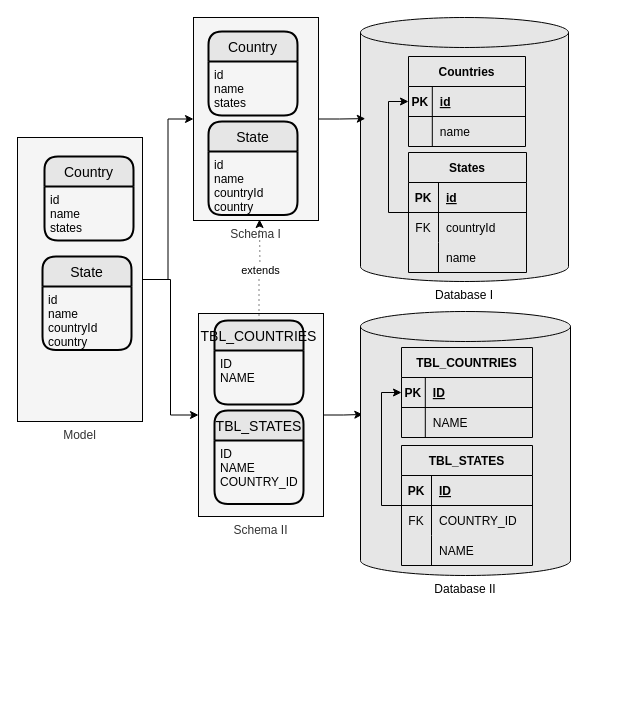
lambda-orm/lambdaorm keeps this draw.io diagram as design/schema3.drawio. Above is the earlier version. Source tidied: cells renumbered, new cells numbered last; positions are measured from the earlier drawing's top-left corner, leaving out a move shared by most shapes. Both pictures are drawn from the tidied source at 100%, with x=0, y=0 at pixel (17, 17).
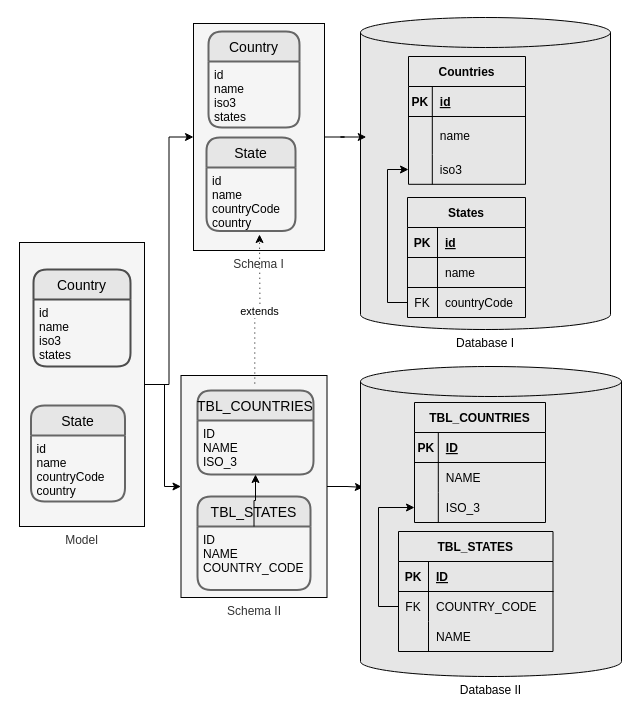
Above is the later version.

The change refers to these unchanged cells:
```xml
<mxCell id="11" style="shape=partialRectangle;fillColor=none;top=0;left=0;bottom=1;right=0;points=[[0,0.5],[1,0.5]];portConstraint=eastwest;" parent="10" vertex="1">
  <mxGeometry y="30" width="117" height="30" as="geometry" />
</mxCell>
<mxCell id="43" style="shape=partialRectangle;fillColor=none;top=0;left=0;bottom=1;right=0;points=[[0,0.5],[1,0.5]];portConstraint=eastwest;" parent="42" vertex="1">
  <mxGeometry y="30" width="131" height="30" as="geometry" />
</mxCell>
```

Change to the diagram source:
```diff
@@
     <mxCell id="4" value="Model" style="rounded=0;whiteSpace=wrap;html=1;labelBackgroundColor=none;sketch=0;fillColor=#f5f5f5;fontColor=#333333;strokeColor=#000000;labelPosition=center;verticalLabelPosition=bottom;align=center;verticalAlign=top;" parent="1" vertex="1">
-      <mxGeometry y="120" width="125" height="284" as="geometry" />
+      <mxGeometry x="2" y="225" width="125" height="284" as="geometry" />
     </mxCell>
     <mxCell id="5" value="Database I" style="shape=cylinder3;whiteSpace=wrap;html=1;boundedLbl=1;backgroundOutline=1;size=15;fillColor=#E6E6E6;strokeColor=#000000;labelPosition=center;verticalLabelPosition=bottom;align=center;verticalAlign=top;fontColor=#000000;" parent="1" vertex="1">
-      <mxGeometry x="343" width="208" height="264" as="geometry" />
+      <mxGeometry x="343" width="250" height="312" as="geometry" />
     </mxCell>
-    <mxCell id="6" value="Country" style="swimlane;horizontal=1;startSize=30;rounded=1;fontSize=14;fontStyle=0;strokeWidth=2;shadow=0;dashed=0;align=center;fontColor=#000000;fillColor=#E6E6E6;" parent="1" vertex="1">
-      <mxGeometry x="27" y="139" width="89" height="84" as="geometry" />
+    <mxCell id="6" value="Country" style="swimlane;horizontal=1;startSize=30;rounded=1;fontSize=14;fontStyle=0;strokeWidth=2;shadow=0;dashed=0;align=center;fontColor=#000000;fillColor=#E6E6E6;strokeColor=#4D4D4D;" parent="1" vertex="1">
+      <mxGeometry x="16" y="252" width="97" height="97" as="geometry" />
     </mxCell>
-    <mxCell id="7" value="id&#10;name&#10;states" style="align=left;strokeColor=none;fillColor=none;spacingLeft=4;fontSize=12;verticalAlign=top;fontColor=#000000;" parent="6" vertex="1">
-      <mxGeometry y="30" width="89" height="54" as="geometry" />
+    <mxCell id="7" value="id&#10;name&#10;iso3&#10;states" style="align=left;strokeColor=none;fillColor=none;spacingLeft=4;fontSize=12;verticalAlign=top;fontColor=#000000;" parent="6" vertex="1">
+      <mxGeometry y="30" width="97" height="67" as="geometry" />
     </mxCell>
-    <mxCell id="8" value="State" style="swimlane;horizontal=1;startSize=30;rounded=1;fontSize=14;fontStyle=0;strokeWidth=2;shadow=0;dashed=0;align=center;fontColor=#000000;fillColor=#E6E6E6;" parent="1" vertex="1">
-      <mxGeometry x="25" y="239" width="89" height="93.5" as="geometry" />
+    <mxCell id="8" value="State" style="swimlane;horizontal=1;startSize=30;rounded=1;fontSize=14;fontStyle=0;strokeWidth=2;shadow=0;dashed=0;align=center;fontColor=#000000;fillColor=#E6E6E6;strokeColor=#666666;" parent="1" vertex="1">
+      <mxGeometry x="13.5" y="388" width="94" height="96" as="geometry" />
     </mxCell>
-    <mxCell id="9" value="id&#10;name&#10;countryId&#10;country" style="align=left;strokeColor=none;fillColor=none;spacingLeft=4;fontSize=12;verticalAlign=top;fontColor=#000000;" parent="8" vertex="1">
-      <mxGeometry y="30" width="89" height="63.5" as="geometry" />
+    <mxCell id="9" value="id&#10;name&#10;countryCode&#10;country" style="align=left;strokeColor=none;fillColor=none;spacingLeft=4;fontSize=12;verticalAlign=top;fontColor=#000000;" parent="8" vertex="1">
+      <mxGeometry y="30" width="94" height="66" as="geometry" />
     </mxCell>
     <mxCell id="10" value="Countries" style="shape=table;startSize=30;childLayout=tableLayout;rowLines=0;fontStyle=1;align=center;fontColor=#000000;strokeColor=#000000;fillColor=#E6E6E6;" parent="1" vertex="1">
-      <mxGeometry x="391" y="39" width="117" height="90" as="geometry" />
+      <mxGeometry x="391" y="39" width="117" height="127.8" as="geometry" />
     </mxCell>
@@
     <mxCell id="14" style="shape=partialRectangle;fillColor=none;top=0;left=0;bottom=0;right=0;" parent="10" vertex="1">
-      <mxGeometry y="60" width="117" height="30" as="geometry" />
+      <mxGeometry y="60" width="117" height="38" as="geometry" />
     </mxCell>
     <mxCell id="15" style="shape=partialRectangle;fillColor=none;top=0;left=0;bottom=0;right=0;overflow=hidden;" parent="14" vertex="1">
-      <mxGeometry width="23.8" height="30" as="geometry" />
+      <mxGeometry width="23.8" height="38" as="geometry" />
     </mxCell>
     <mxCell id="16" value="name" style="shape=partialRectangle;fillColor=none;top=0;left=0;bottom=0;right=0;align=left;spacingLeft=6;overflow=hidden;fontColor=#000000;" parent="14" vertex="1">
-      <mxGeometry x="23.8" width="93.2" height="30" as="geometry" />
+      <mxGeometry x="23.8" width="93.2" height="38" as="geometry" />
     </mxCell>
+    <mxCell id="60" style="shape=partialRectangle;fillColor=none;top=0;left=0;bottom=0;right=0;points=[[0,0.5],[1,0.5]];portConstraint=eastwest;" parent="10" vertex="1">
+      <mxGeometry y="98" width="117" height="30" as="geometry" />
+    </mxCell>
+    <mxCell id="61" style="shape=partialRectangle;fillColor=none;top=0;left=0;bottom=0;right=0;overflow=hidden;" parent="60" vertex="1">
+      <mxGeometry width="23.8" height="30" as="geometry" />
+    </mxCell>
+    <mxCell id="62" value="iso3" style="shape=partialRectangle;fillColor=none;top=0;left=0;bottom=0;right=0;align=left;spacingLeft=6;overflow=hidden;fontColor=#000000;" parent="60" vertex="1">
+      <mxGeometry x="23.8" width="93.2" height="30" as="geometry" />
+    </mxCell>
-    <mxCell id="17" style="edgeStyle=orthogonalEdgeStyle;rounded=0;jettySize=auto;html=1;exitX=0;exitY=0.5;exitDx=0;exitDy=0;entryX=0;entryY=0.5;entryDx=0;entryDy=0;fontColor=#000000;strokeColor=#000000;" parent="1" edge="1" source="18" target="11">
+    <mxCell id="17" style="edgeStyle=orthogonalEdgeStyle;rounded=0;jettySize=auto;html=1;exitX=0;exitY=0.5;exitDx=0;exitDy=0;entryX=0;entryY=0.5;entryDx=0;entryDy=0;fontColor=#000000;strokeColor=#000000;" parent="1" edge="1" source="22" target="60">
       <mxGeometry relative="1" as="geometry" />
     </mxCell>
     <mxCell id="18" value="States" style="shape=table;startSize=30;childLayout=tableLayout;rowLines=0;fontStyle=1;align=center;fontColor=#000000;strokeColor=#000000;fillColor=#E6E6E6;" parent="1" vertex="1">
-      <mxGeometry x="391" y="135" width="118" height="120" as="geometry" />
+      <mxGeometry x="390" y="180" width="118" height="120" as="geometry" />
     </mxCell>
@@
+    <mxCell id="63" style="shape=partialRectangle;fillColor=none;top=0;left=0;bottom=1;right=0;" parent="18" vertex="1">
+      <mxGeometry y="60" width="118" height="30" as="geometry" />
+    </mxCell>
+    <mxCell id="64" style="shape=partialRectangle;fillColor=none;top=0;left=0;bottom=0;right=0;fontStyle=1;overflow=hidden;fontColor=#000000;" parent="63" vertex="1">
+      <mxGeometry width="30" height="30" as="geometry" />
+    </mxCell>
+    <mxCell id="27" value="name" style="shape=partialRectangle;fillColor=none;top=0;left=0;bottom=0;right=0;align=left;spacingLeft=6;fontStyle=0;overflow=hidden;fontColor=#000000;" parent="63" vertex="1">
+      <mxGeometry x="30" width="88" height="30" as="geometry" />
+    </mxCell>
     <mxCell id="22" style="shape=partialRectangle;fillColor=none;top=0;left=0;bottom=0;right=0;points=[[0,0.5],[1,0.5]];portConstraint=eastwest;fontColor=#000000;" parent="18" vertex="1">
-      <mxGeometry y="60" width="118" height="30" as="geometry" />
+      <mxGeometry y="90" width="118" height="30" as="geometry" />
     </mxCell>
@@
-    <mxCell id="24" value="countryId" style="shape=partialRectangle;fillColor=none;top=0;left=0;bottom=0;right=0;align=left;spacingLeft=6;overflow=hidden;fontColor=#000000;" parent="22" vertex="1">
+    <mxCell id="24" value="countryCode" style="shape=partialRectangle;fillColor=none;top=0;left=0;bottom=0;right=0;align=left;spacingLeft=6;overflow=hidden;fontColor=#000000;" parent="22" vertex="1">
       <mxGeometry x="30" width="88" height="30" as="geometry" />
     </mxCell>
-    <mxCell id="25" style="shape=partialRectangle;fillColor=none;top=0;left=0;bottom=0;right=0;" parent="18" vertex="1">
-      <mxGeometry y="90" width="118" height="30" as="geometry" />
-    </mxCell>
-    <mxCell id="26" style="shape=partialRectangle;fillColor=none;top=0;left=0;bottom=0;right=0;overflow=hidden;" parent="25" vertex="1">
-      <mxGeometry width="30" height="30" as="geometry" />
-    </mxCell>
-    <mxCell id="27" value="name" style="shape=partialRectangle;fillColor=none;top=0;left=0;bottom=0;right=0;align=left;spacingLeft=6;overflow=hidden;fontColor=#000000;" parent="25" vertex="1">
-      <mxGeometry x="30" width="88" height="30" as="geometry" />
-    </mxCell>
@@
     <mxCell id="29" value="Schema I" style="rounded=0;whiteSpace=wrap;html=1;labelBackgroundColor=none;sketch=0;fillColor=#f5f5f5;fontColor=#333333;strokeColor=#000000;labelPosition=center;verticalLabelPosition=bottom;align=center;verticalAlign=top;" parent="1" vertex="1">
-      <mxGeometry x="176" width="125" height="203" as="geometry" />
+      <mxGeometry x="176" y="6" width="131" height="227" as="geometry" />
     </mxCell>
-    <mxCell id="30" value="Country" style="swimlane;horizontal=1;startSize=30;rounded=1;fontSize=14;fontStyle=0;strokeWidth=2;shadow=0;dashed=0;align=center;fontColor=#000000;fillColor=#E6E6E6;" parent="1" vertex="1">
-      <mxGeometry x="191" y="14" width="89" height="84" as="geometry" />
+    <mxCell id="30" value="Country" style="swimlane;horizontal=1;startSize=30;rounded=1;fontSize=14;fontStyle=0;strokeWidth=2;shadow=0;dashed=0;align=center;fontColor=#000000;fillColor=#E6E6E6;strokeColor=#666666;" parent="1" vertex="1">
+      <mxGeometry x="191" y="14" width="91" height="96" as="geometry" />
     </mxCell>
-    <mxCell id="31" value="id&#10;name&#10;states" style="align=left;strokeColor=none;fillColor=none;spacingLeft=4;fontSize=12;verticalAlign=top;fontColor=#000000;" parent="30" vertex="1">
-      <mxGeometry y="30" width="89" height="54" as="geometry" />
+    <mxCell id="31" value="id&#10;name&#10;iso3&#10;states" style="align=left;strokeColor=none;fillColor=none;spacingLeft=4;fontSize=12;verticalAlign=top;fontColor=#000000;" parent="30" vertex="1">
+      <mxGeometry y="30" width="91" height="66" as="geometry" />
     </mxCell>
-    <mxCell id="32" value="State" style="swimlane;horizontal=1;startSize=30;rounded=1;fontSize=14;fontStyle=0;strokeWidth=2;shadow=0;dashed=0;align=center;fontColor=#000000;fillColor=#E6E6E6;" parent="1" vertex="1">
-      <mxGeometry x="191" y="104" width="89" height="93.5" as="geometry" />
+    <mxCell id="32" value="State" style="swimlane;horizontal=1;startSize=30;rounded=1;fontSize=14;fontStyle=0;strokeWidth=2;shadow=0;dashed=0;align=center;fontColor=#000000;fillColor=#E6E6E6;strokeColor=#666666;" parent="1" vertex="1">
+      <mxGeometry x="189" y="120" width="89" height="93.5" as="geometry" />
     </mxCell>
-    <mxCell id="33" value="id&#10;name&#10;countryId&#10;country" style="align=left;strokeColor=none;fillColor=none;spacingLeft=4;fontSize=12;verticalAlign=top;fontColor=#000000;" parent="32" vertex="1">
+    <mxCell id="33" value="id&#10;name&#10;countryCode&#10;country" style="align=left;strokeColor=none;fillColor=none;spacingLeft=4;fontSize=12;verticalAlign=top;fontColor=#000000;" parent="32" vertex="1">
       <mxGeometry y="30" width="89" height="63.5" as="geometry" />
     </mxCell>
@@
     <mxCell id="35" value="Schema II" style="rounded=0;whiteSpace=wrap;html=1;labelBackgroundColor=none;sketch=0;fillColor=#f5f5f5;fontColor=#333333;strokeColor=#000000;labelPosition=center;verticalLabelPosition=bottom;align=center;verticalAlign=top;" parent="1" vertex="1">
-      <mxGeometry x="181" y="296" width="125" height="203" as="geometry" />
+      <mxGeometry x="163.5" y="358" width="146" height="222" as="geometry" />
     </mxCell>
-    <mxCell id="36" value="extends" style="edgeStyle=orthogonalEdgeStyle;rounded=0;jettySize=auto;html=1;dashed=1;dashPattern=1 4;labelBackgroundColor=#FFFFFF;fontColor=#000000;strokeColor=#000000;" parent="1" edge="1" source="37">
+    <mxCell id="36" value="extends" style="edgeStyle=orthogonalEdgeStyle;rounded=0;jettySize=auto;html=1;dashed=1;dashPattern=1 4;labelBackgroundColor=#FFFFFF;fontColor=#000000;strokeColor=#000000;exitX=0.494;exitY=-0.083;exitDx=0;exitDy=0;exitPerimeter=0;" parent="1" edge="1" source="37">
       <mxGeometry relative="1" as="geometry">
-        <mxPoint x="242" y="202" as="targetPoint" />
+        <mxPoint x="242" y="217" as="targetPoint" />
       </mxGeometry>
     </mxCell>
-    <mxCell id="37" value="TBL_COUNTRIES" style="swimlane;horizontal=1;startSize=30;rounded=1;fontSize=14;fontStyle=0;strokeWidth=2;shadow=0;dashed=0;align=center;fontColor=#000000;fillColor=#E6E6E6;" parent="1" vertex="1">
-      <mxGeometry x="197" y="303" width="89" height="84" as="geometry" />
+    <mxCell id="37" value="TBL_COUNTRIES" style="swimlane;horizontal=1;startSize=30;rounded=1;fontSize=14;fontStyle=0;strokeWidth=2;shadow=0;dashed=0;align=center;fontColor=#000000;fillColor=#E6E6E6;strokeColor=#666666;" parent="1" vertex="1">
+      <mxGeometry x="180" y="373" width="116" height="84" as="geometry" />
     </mxCell>
-    <mxCell id="38" value="ID&#10;NAME&#10;" style="align=left;strokeColor=none;fillColor=none;spacingLeft=4;fontSize=12;verticalAlign=top;fontColor=#000000;" parent="37" vertex="1">
-      <mxGeometry y="30" width="89" height="54" as="geometry" />
+    <mxCell id="38" value="ID&#10;NAME&#10;ISO_3" style="align=left;strokeColor=none;fillColor=none;spacingLeft=4;fontSize=12;verticalAlign=top;fontColor=#000000;" parent="37" vertex="1">
+      <mxGeometry y="30" width="116" height="54" as="geometry" />
     </mxCell>
-    <mxCell id="39" value="TBL_STATES" style="swimlane;horizontal=1;startSize=30;rounded=1;fontSize=14;fontStyle=0;strokeWidth=2;shadow=0;dashed=0;align=center;fontColor=#000000;fillColor=#E6E6E6;" parent="1" vertex="1">
-      <mxGeometry x="197" y="393" width="89" height="93.5" as="geometry" />
+    <mxCell id="39" value="TBL_STATES" style="swimlane;horizontal=1;startSize=30;rounded=1;fontSize=14;fontStyle=0;strokeWidth=2;shadow=0;dashed=0;align=center;fontColor=#000000;fillColor=#E6E6E6;strokeColor=#666666;" parent="1" vertex="1">
+      <mxGeometry x="180" y="479" width="113" height="93.5" as="geometry" />
     </mxCell>
-    <mxCell id="40" value="ID&#10;NAME&#10;COUNTRY_ID&#10;" style="align=left;strokeColor=none;fillColor=none;spacingLeft=4;fontSize=12;verticalAlign=top;fontColor=#000000;" parent="39" vertex="1">
-      <mxGeometry y="30" width="89" height="63.5" as="geometry" />
+    <mxCell id="40" value="ID&#10;NAME&#10;COUNTRY_CODE" style="align=left;strokeColor=none;fillColor=none;spacingLeft=4;fontSize=12;verticalAlign=top;fontColor=#000000;" parent="39" vertex="1">
+      <mxGeometry y="30" width="113" height="63.5" as="geometry" />
     </mxCell>
     <mxCell id="41" value="Database II" style="shape=cylinder3;whiteSpace=wrap;html=1;boundedLbl=1;backgroundOutline=1;size=15;fillColor=#E6E6E6;strokeColor=#000000;labelPosition=center;verticalLabelPosition=bottom;align=center;verticalAlign=top;fontColor=#000000;" parent="1" vertex="1">
-      <mxGeometry x="343" y="294" width="210" height="264" as="geometry" />
+      <mxGeometry x="343" y="349" width="261" height="310" as="geometry" />
     </mxCell>
     <mxCell id="42" value="TBL_COUNTRIES" style="shape=table;startSize=30;childLayout=tableLayout;rowLines=0;fontStyle=1;align=center;fontColor=#000000;strokeColor=#000000;fillColor=#E6E6E6;" parent="1" vertex="1">
-      <mxGeometry x="384" y="330" width="131" height="90" as="geometry" />
+      <mxGeometry x="397" y="385" width="131" height="120" as="geometry" />
     </mxCell>
@@
+    <mxCell id="65" style="shape=partialRectangle;fillColor=none;top=0;left=0;bottom=0;right=0;points=[[0,0.5],[1,0.5]];portConstraint=eastwest;" parent="42" vertex="1">
+      <mxGeometry y="90" width="131" height="30" as="geometry" />
+    </mxCell>
+    <mxCell id="66" style="shape=partialRectangle;fillColor=none;top=0;left=0;bottom=0;right=0;overflow=hidden;" parent="65" vertex="1">
+      <mxGeometry width="23.8" height="30" as="geometry" />
+    </mxCell>
+    <mxCell id="67" value="ISO_3" style="shape=partialRectangle;fillColor=none;top=0;left=0;bottom=0;right=0;align=left;spacingLeft=6;overflow=hidden;fontColor=#000000;" parent="65" vertex="1">
+      <mxGeometry x="23.8" width="107.2" height="30" as="geometry" />
+    </mxCell>
-    <mxCell id="49" style="edgeStyle=orthogonalEdgeStyle;rounded=0;jettySize=auto;html=1;exitX=0;exitY=0.5;exitDx=0;exitDy=0;entryX=0;entryY=0.5;entryDx=0;entryDy=0;fontColor=#000000;strokeColor=#000000;" parent="1" edge="1" source="50" target="43">
+    <mxCell id="49" style="edgeStyle=orthogonalEdgeStyle;rounded=0;jettySize=auto;html=1;exitX=0;exitY=0.5;exitDx=0;exitDy=0;entryX=0;entryY=0.5;entryDx=0;entryDy=0;fontColor=#000000;strokeColor=#000000;" parent="1" edge="1" source="54" target="65">
       <mxGeometry relative="1" as="geometry" />
     </mxCell>
     <mxCell id="50" value="TBL_STATES" style="shape=table;startSize=30;childLayout=tableLayout;rowLines=0;fontStyle=1;align=center;fontColor=#000000;strokeColor=#000000;fillColor=#E6E6E6;" parent="1" vertex="1">
-      <mxGeometry x="384" y="428" width="131" height="120" as="geometry" />
+      <mxGeometry x="381" y="514" width="154.5" height="120" as="geometry" />
     </mxCell>
     <mxCell id="51" style="shape=partialRectangle;fillColor=none;top=0;left=0;bottom=1;right=0;" parent="50" vertex="1">
-      <mxGeometry y="30" width="131" height="30" as="geometry" />
+      <mxGeometry y="30" width="154.5" height="30" as="geometry" />
     </mxCell>
@@
     <mxCell id="53" value="ID" style="shape=partialRectangle;fillColor=none;top=0;left=0;bottom=0;right=0;align=left;spacingLeft=6;fontStyle=5;overflow=hidden;fontColor=#000000;" parent="51" vertex="1">
-      <mxGeometry x="30" width="101" height="30" as="geometry" />
+      <mxGeometry x="30" width="124.5" height="30" as="geometry" />
     </mxCell>
     <mxCell id="54" style="shape=partialRectangle;fillColor=none;top=0;left=0;bottom=0;right=0;points=[[0,0.5],[1,0.5]];portConstraint=eastwest;fontColor=#000000;" parent="50" vertex="1">
-      <mxGeometry y="60" width="131" height="30" as="geometry" />
+      <mxGeometry y="60" width="154.5" height="30" as="geometry" />
     </mxCell>
@@
-    <mxCell id="56" value="COUNTRY_ID" style="shape=partialRectangle;fillColor=none;top=0;left=0;bottom=0;right=0;align=left;spacingLeft=6;overflow=hidden;fontColor=#000000;" parent="54" vertex="1">
-      <mxGeometry x="30" width="101" height="30" as="geometry" />
+    <mxCell id="56" value="COUNTRY_CODE" style="shape=partialRectangle;fillColor=none;top=0;left=0;bottom=0;right=0;align=left;spacingLeft=6;overflow=hidden;fontColor=#000000;" parent="54" vertex="1">
+      <mxGeometry x="30" width="124.5" height="30" as="geometry" />
     </mxCell>
     <mxCell id="57" style="shape=partialRectangle;fillColor=none;top=0;left=0;bottom=0;right=0;" parent="50" vertex="1">
-      <mxGeometry y="90" width="131" height="30" as="geometry" />
+      <mxGeometry y="90" width="154.5" height="30" as="geometry" />
     </mxCell>
@@
     <mxCell id="59" value="NAME" style="shape=partialRectangle;fillColor=none;top=0;left=0;bottom=0;right=0;align=left;spacingLeft=6;overflow=hidden;fontColor=#000000;" parent="57" vertex="1">
-      <mxGeometry x="30" width="101" height="30" as="geometry" />
+      <mxGeometry x="30" width="124.5" height="30" as="geometry" />
     </mxCell>
+    <mxCell id="68" style="edgeStyle=orthogonalEdgeStyle;rounded=0;jettySize=auto;html=1;" parent="1" edge="1" source="40" target="38">
+      <mxGeometry relative="1" as="geometry" />
+    </mxCell>
```
